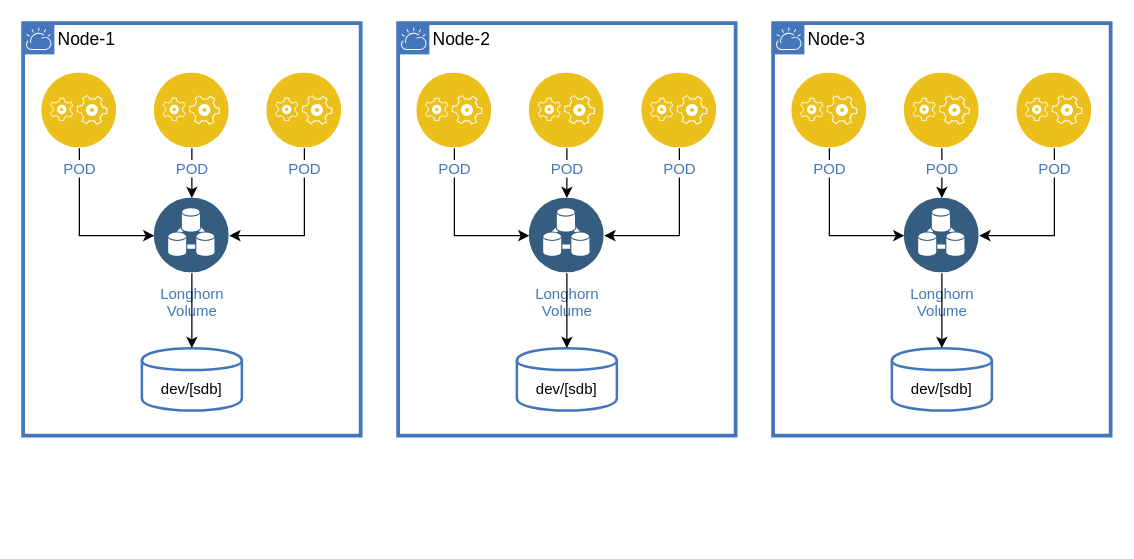
This is doc/images/longhorn-architecture.drawio from imixs/imixs-cloud, a draw.io file, before an edit. Source tidied: cells renumbered, new cells numbered last; positions are measured from the earlier drawing's top-left corner, leaving out a move shared by most shapes. Both pictures are drawn from the tidied source at 125%, with x=0, y=0 at pixel (22, 22).
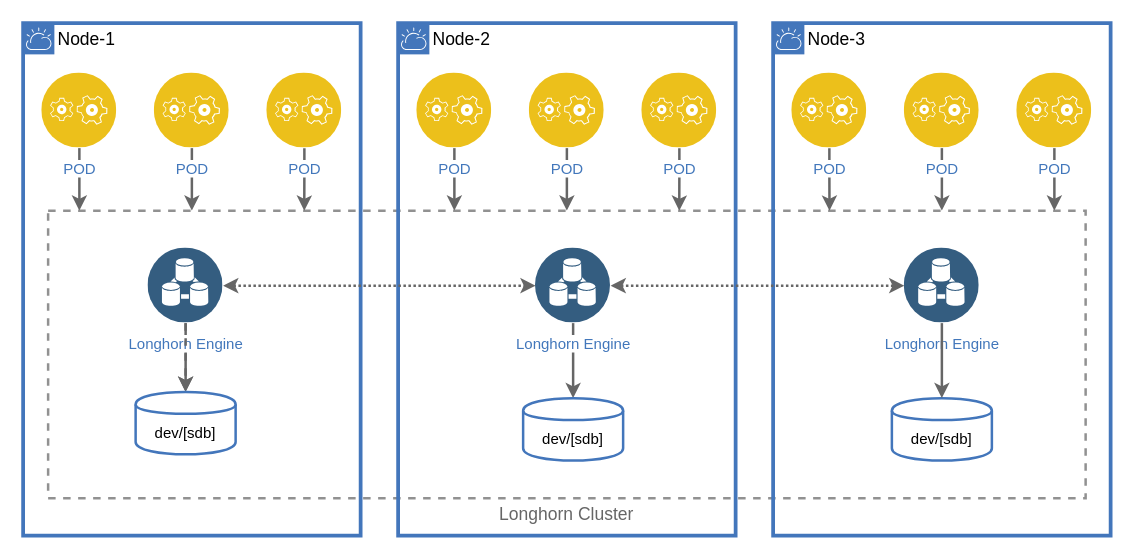
Above is the later version.

Unchanged cells that the change refers to:
```xml
<mxCell id="4" value="POD" style="perimeter=ellipsePerimeter;html=1;align=center;shadow=0;dashed=0;fontColor=#4277BB;labelBackgroundColor=#ffffff;fontSize=12;spacingTop=3;image;image=img/lib/ibm/applications/application_logic.svg;strokeColor=#67AB9F;" parent="2" vertex="1">
  <mxGeometry x="15" y="40" width="60" height="60" as="geometry" />
</mxCell>
<mxCell id="6" value="POD" style="perimeter=ellipsePerimeter;html=1;align=center;shadow=0;dashed=0;fontColor=#4277BB;labelBackgroundColor=#ffffff;fontSize=12;spacingTop=3;image;image=img/lib/ibm/applications/application_logic.svg;strokeColor=#67AB9F;" parent="2" vertex="1">
  <mxGeometry x="105" y="40" width="60" height="60" as="geometry" />
</mxCell>
<mxCell id="8" value="POD" style="perimeter=ellipsePerimeter;html=1;align=center;shadow=0;dashed=0;fontColor=#4277BB;labelBackgroundColor=#ffffff;fontSize=12;spacingTop=3;image;image=img/lib/ibm/applications/application_logic.svg;strokeColor=#67AB9F;" parent="2" vertex="1">
  <mxGeometry x="195" y="40" width="60" height="60" as="geometry" />
</mxCell>
<mxCell id="14" value="POD" style="perimeter=ellipsePerimeter;html=1;align=center;shadow=0;dashed=0;fontColor=#4277BB;labelBackgroundColor=#ffffff;fontSize=12;spacingTop=3;image;image=img/lib/ibm/applications/application_logic.svg;strokeColor=#67AB9F;" parent="12" vertex="1">
  <mxGeometry x="15" y="40" width="60" height="60" as="geometry" />
</mxCell>
<mxCell id="16" value="POD" style="perimeter=ellipsePerimeter;html=1;align=center;shadow=0;dashed=0;fontColor=#4277BB;labelBackgroundColor=#ffffff;fontSize=12;spacingTop=3;image;image=img/lib/ibm/applications/application_logic.svg;strokeColor=#67AB9F;" parent="12" vertex="1">
  <mxGeometry x="105" y="40" width="60" height="60" as="geometry" />
</mxCell>
<mxCell id="18" value="POD" style="perimeter=ellipsePerimeter;html=1;align=center;shadow=0;dashed=0;fontColor=#4277BB;labelBackgroundColor=#ffffff;fontSize=12;spacingTop=3;image;image=img/lib/ibm/applications/application_logic.svg;strokeColor=#67AB9F;" parent="12" vertex="1">
  <mxGeometry x="195" y="40" width="60" height="60" as="geometry" />
</mxCell>
<mxCell id="24" value="POD" style="perimeter=ellipsePerimeter;html=1;align=center;shadow=0;dashed=0;fontColor=#4277BB;labelBackgroundColor=#ffffff;fontSize=12;spacingTop=3;image;image=img/lib/ibm/applications/application_logic.svg;strokeColor=#67AB9F;" parent="22" vertex="1">
  <mxGeometry x="15" y="40" width="60" height="60" as="geometry" />
</mxCell>
<mxCell id="26" value="POD" style="perimeter=ellipsePerimeter;html=1;align=center;shadow=0;dashed=0;fontColor=#4277BB;labelBackgroundColor=#ffffff;fontSize=12;spacingTop=3;image;image=img/lib/ibm/applications/application_logic.svg;strokeColor=#67AB9F;" parent="22" vertex="1">
  <mxGeometry x="105" y="40" width="60" height="60" as="geometry" />
</mxCell>
<mxCell id="28" value="POD" style="perimeter=ellipsePerimeter;html=1;align=center;shadow=0;dashed=0;fontColor=#4277BB;labelBackgroundColor=#ffffff;fontSize=12;spacingTop=3;image;image=img/lib/ibm/applications/application_logic.svg;strokeColor=#67AB9F;" parent="22" vertex="1">
  <mxGeometry x="195" y="40" width="60" height="60" as="geometry" />
</mxCell>
```

What changed in the source:
```diff
@@
+    <mxCell id="32" value="Longhorn Cluster" style="fontStyle=0;verticalAlign=top;align=center;spacingTop=-2;fillColor=none;rounded=0;whiteSpace=wrap;html=1;strokeColor=#919191;strokeWidth=2;dashed=1;fontSize=14;labelPosition=center;verticalLabelPosition=bottom;fontColor=#666666;" parent="1" vertex="1">
+      <mxGeometry x="20" y="150" width="830" height="230" as="geometry" />
+    </mxCell>
+    <mxCell id="33" style="edgeStyle=orthogonalEdgeStyle;rounded=0;jettySize=auto;html=1;strokeColor=#666666;strokeWidth=2;fontSize=14;" parent="1" edge="1" source="9" target="10">
+      <mxGeometry relative="1" as="geometry" />
+    </mxCell>
     <mxCell id="2" value="Node-1" style="shape=mxgraph.ibm.box;prType=cloud;fontStyle=0;verticalAlign=top;align=left;spacingLeft=32;spacingTop=4;fillColor=none;rounded=0;whiteSpace=wrap;html=1;strokeColor=#4376BB;strokeWidth=3;dashed=0;spacing=-4;fontSize=14;" parent="1" vertex="1">
-      <mxGeometry width="270" height="330" as="geometry" />
+      <mxGeometry width="270" height="410" as="geometry" />
     </mxCell>
-    <mxCell id="3" style="edgeStyle=orthogonalEdgeStyle;rounded=0;jettySize=auto;html=1;" parent="2" edge="1" source="4" target="9">
-      <mxGeometry relative="1" as="geometry">
-        <Array as="points">
-          <mxPoint x="45" y="170" />
-        </Array>
-      </mxGeometry>
-    </mxCell>
+    <mxCell id="34" style="edgeStyle=orthogonalEdgeStyle;rounded=0;jettySize=auto;html=1;strokeColor=#666666;strokeWidth=2;fontSize=14;" parent="2" edge="1" source="4">
+      <mxGeometry relative="1" as="geometry">
+        <mxPoint x="45" y="150" as="targetPoint" />
+        <Array as="points">
+          <mxPoint x="45" y="150" />
+        </Array>
+      </mxGeometry>
+    </mxCell>
@@
-    <mxCell id="5" style="edgeStyle=orthogonalEdgeStyle;rounded=0;jettySize=auto;html=1;" parent="2" edge="1" source="6" target="9">
-      <mxGeometry relative="1" as="geometry" />
-    </mxCell>
+    <mxCell id="35" style="edgeStyle=orthogonalEdgeStyle;rounded=0;jettySize=auto;html=1;strokeColor=#666666;strokeWidth=2;fontSize=14;" parent="2" edge="1" source="6">
+      <mxGeometry relative="1" as="geometry">
+        <mxPoint x="135" y="150" as="targetPoint" />
+        <Array as="points">
+          <mxPoint x="135" y="150" />
+        </Array>
+      </mxGeometry>
+    </mxCell>
@@
-    <mxCell id="7" style="edgeStyle=orthogonalEdgeStyle;rounded=0;jettySize=auto;html=1;" parent="2" edge="1" source="8" target="9">
-      <mxGeometry relative="1" as="geometry">
-        <Array as="points">
-          <mxPoint x="225" y="170" />
-        </Array>
-      </mxGeometry>
-    </mxCell>
+    <mxCell id="36" style="edgeStyle=orthogonalEdgeStyle;rounded=0;jettySize=auto;html=1;entryX=0.833;entryY=0.366;entryDx=0;entryDy=0;entryPerimeter=0;strokeColor=#666666;strokeWidth=2;fontSize=14;" parent="2" edge="1" source="8" target="2">
+      <mxGeometry relative="1" as="geometry" />
+    </mxCell>
@@
-    <mxCell id="9" value="Longhorn&lt;br&gt;Volume" style="perimeter=ellipsePerimeter;html=1;align=center;shadow=0;dashed=0;fontColor=#4277BB;labelBackgroundColor=#ffffff;fontSize=12;spacingTop=3;image;image=img/lib/ibm/data/device_registry.svg;strokeColor=#67AB9F;" parent="2" vertex="1">
-      <mxGeometry x="105" y="140" width="60" height="60" as="geometry" />
+    <mxCell id="9" value="Longhorn Engine" style="perimeter=ellipsePerimeter;html=1;align=center;shadow=0;dashed=0;fontColor=#4277BB;labelBackgroundColor=#ffffff;fontSize=12;spacingTop=3;image;image=img/lib/ibm/data/device_registry.svg;strokeColor=#67AB9F;" parent="2" vertex="1">
+      <mxGeometry x="100" y="180" width="60" height="60" as="geometry" />
     </mxCell>
-    <mxCell id="10" value="dev/[sdb]" style="shape=cylinder;whiteSpace=wrap;html=1;boundedLbl=1;backgroundOutline=1;strokeColor=#4376BB;strokeWidth=2;" parent="2" vertex="1">
-      <mxGeometry x="95" y="260" width="80" height="50" as="geometry" />
-    </mxCell>
-    <mxCell id="11" style="edgeStyle=orthogonalEdgeStyle;rounded=0;jettySize=auto;html=1;" parent="2" edge="1" source="9" target="10">
-      <mxGeometry relative="1" as="geometry" />
-    </mxCell>
     <mxCell id="12" value="Node-2" style="shape=mxgraph.ibm.box;prType=cloud;fontStyle=0;verticalAlign=top;align=left;spacingLeft=32;spacingTop=4;fillColor=none;rounded=0;whiteSpace=wrap;html=1;strokeColor=#4376BB;strokeWidth=3;dashed=0;spacing=-4;fontSize=14;" parent="1" vertex="1">
-      <mxGeometry x="300" width="270" height="330" as="geometry" />
+      <mxGeometry x="300" width="270" height="410" as="geometry" />
     </mxCell>
-    <mxCell id="13" style="edgeStyle=orthogonalEdgeStyle;rounded=0;jettySize=auto;html=1;" parent="12" edge="1" source="14" target="19">
-      <mxGeometry relative="1" as="geometry">
-        <Array as="points">
-          <mxPoint x="45" y="170" />
-        </Array>
-      </mxGeometry>
-    </mxCell>
+    <mxCell id="37" style="edgeStyle=orthogonalEdgeStyle;rounded=0;jettySize=auto;html=1;strokeColor=#666666;strokeWidth=2;fontSize=14;" parent="12" edge="1" source="19" target="41">
+      <mxGeometry relative="1" as="geometry" />
+    </mxCell>
+    <mxCell id="38" style="edgeStyle=orthogonalEdgeStyle;rounded=0;jettySize=auto;html=1;strokeColor=#666666;strokeWidth=2;fontSize=14;" parent="12" edge="1" source="14">
+      <mxGeometry relative="1" as="geometry">
+        <mxPoint x="45" y="150" as="targetPoint" />
+        <Array as="points">
+          <mxPoint x="45" y="150" />
+        </Array>
+      </mxGeometry>
+    </mxCell>
@@
-    <mxCell id="15" style="edgeStyle=orthogonalEdgeStyle;rounded=0;jettySize=auto;html=1;" parent="12" edge="1" source="16" target="19">
-      <mxGeometry relative="1" as="geometry" />
-    </mxCell>
+    <mxCell id="39" style="edgeStyle=orthogonalEdgeStyle;rounded=0;jettySize=auto;html=1;strokeColor=#666666;strokeWidth=2;fontSize=14;" parent="12" edge="1" source="16">
+      <mxGeometry relative="1" as="geometry">
+        <mxPoint x="135" y="150" as="targetPoint" />
+        <Array as="points">
+          <mxPoint x="135" y="150" />
+        </Array>
+      </mxGeometry>
+    </mxCell>
@@
-    <mxCell id="17" style="edgeStyle=orthogonalEdgeStyle;rounded=0;jettySize=auto;html=1;" parent="12" edge="1" source="18" target="19">
-      <mxGeometry relative="1" as="geometry">
-        <Array as="points">
-          <mxPoint x="225" y="170" />
-        </Array>
-      </mxGeometry>
-    </mxCell>
+    <mxCell id="40" style="edgeStyle=orthogonalEdgeStyle;rounded=0;jettySize=auto;html=1;entryX=0.833;entryY=0.366;entryDx=0;entryDy=0;entryPerimeter=0;strokeColor=#666666;strokeWidth=2;fontSize=14;" parent="12" edge="1" source="18" target="12">
+      <mxGeometry relative="1" as="geometry" />
+    </mxCell>
@@
-    <mxCell id="19" value="Longhorn&lt;br&gt;Volume" style="perimeter=ellipsePerimeter;html=1;align=center;shadow=0;dashed=0;fontColor=#4277BB;labelBackgroundColor=#ffffff;fontSize=12;spacingTop=3;image;image=img/lib/ibm/data/device_registry.svg;strokeColor=#67AB9F;" parent="12" vertex="1">
-      <mxGeometry x="105" y="140" width="60" height="60" as="geometry" />
+    <mxCell id="19" value="Longhorn Engine" style="perimeter=ellipsePerimeter;html=1;align=center;shadow=0;dashed=0;fontColor=#4277BB;labelBackgroundColor=#ffffff;fontSize=12;spacingTop=3;image;image=img/lib/ibm/data/device_registry.svg;strokeColor=#734198;" parent="12" vertex="1">
+      <mxGeometry x="110" y="180" width="60" height="60" as="geometry" />
     </mxCell>
-    <mxCell id="20" value="dev/[sdb]" style="shape=cylinder;whiteSpace=wrap;html=1;boundedLbl=1;backgroundOutline=1;strokeColor=#4376BB;strokeWidth=2;" parent="12" vertex="1">
-      <mxGeometry x="95" y="260" width="80" height="50" as="geometry" />
-    </mxCell>
-    <mxCell id="21" style="edgeStyle=orthogonalEdgeStyle;rounded=0;jettySize=auto;html=1;" parent="12" edge="1" source="19" target="20">
-      <mxGeometry relative="1" as="geometry" />
-    </mxCell>
+    <mxCell id="41" value="dev/[sdb]" style="shape=cylinder;whiteSpace=wrap;html=1;boundedLbl=1;backgroundOutline=1;strokeColor=#4376BB;strokeWidth=2;" parent="12" vertex="1">
+      <mxGeometry x="100" y="300" width="80" height="50" as="geometry" />
+    </mxCell>
     <mxCell id="22" value="Node-3" style="shape=mxgraph.ibm.box;prType=cloud;fontStyle=0;verticalAlign=top;align=left;spacingLeft=32;spacingTop=4;fillColor=none;rounded=0;whiteSpace=wrap;html=1;strokeColor=#4376BB;strokeWidth=3;dashed=0;spacing=-4;fontSize=14;" parent="1" vertex="1">
-      <mxGeometry x="600" width="270" height="330" as="geometry" />
+      <mxGeometry x="600" width="270" height="410" as="geometry" />
     </mxCell>
-    <mxCell id="23" style="edgeStyle=orthogonalEdgeStyle;rounded=0;jettySize=auto;html=1;" parent="22" edge="1" source="24" target="29">
-      <mxGeometry relative="1" as="geometry">
-        <Array as="points">
-          <mxPoint x="45" y="170" />
-        </Array>
-      </mxGeometry>
-    </mxCell>
+    <mxCell id="42" style="edgeStyle=orthogonalEdgeStyle;rounded=0;jettySize=auto;html=1;entryX=0.167;entryY=0.366;entryDx=0;entryDy=0;entryPerimeter=0;strokeColor=#666666;strokeWidth=2;fontSize=14;" parent="22" edge="1" source="24" target="22">
+      <mxGeometry relative="1" as="geometry" />
+    </mxCell>
@@
-    <mxCell id="25" style="edgeStyle=orthogonalEdgeStyle;rounded=0;jettySize=auto;html=1;" parent="22" edge="1" source="26" target="29">
-      <mxGeometry relative="1" as="geometry" />
-    </mxCell>
+    <mxCell id="43" style="edgeStyle=orthogonalEdgeStyle;rounded=0;jettySize=auto;html=1;strokeColor=#666666;strokeWidth=2;fontSize=14;" parent="22" edge="1" source="26">
+      <mxGeometry relative="1" as="geometry">
+        <mxPoint x="135" y="150" as="targetPoint" />
+        <Array as="points">
+          <mxPoint x="135" y="150" />
+        </Array>
+      </mxGeometry>
+    </mxCell>
@@
-    <mxCell id="27" style="edgeStyle=orthogonalEdgeStyle;rounded=0;jettySize=auto;html=1;" parent="22" edge="1" source="28" target="29">
-      <mxGeometry relative="1" as="geometry">
-        <Array as="points">
-          <mxPoint x="225" y="170" />
-        </Array>
-      </mxGeometry>
-    </mxCell>
+    <mxCell id="44" style="edgeStyle=orthogonalEdgeStyle;rounded=0;jettySize=auto;html=1;strokeColor=#666666;strokeWidth=2;fontSize=14;" parent="22" edge="1" source="28">
+      <mxGeometry relative="1" as="geometry">
+        <mxPoint x="225" y="150" as="targetPoint" />
+        <Array as="points">
+          <mxPoint x="225" y="150" />
+        </Array>
+      </mxGeometry>
+    </mxCell>
@@
-    <mxCell id="29" value="Longhorn&lt;br&gt;Volume" style="perimeter=ellipsePerimeter;html=1;align=center;shadow=0;dashed=0;fontColor=#4277BB;labelBackgroundColor=#ffffff;fontSize=12;spacingTop=3;image;image=img/lib/ibm/data/device_registry.svg;strokeColor=#67AB9F;" parent="22" vertex="1">
-      <mxGeometry x="105" y="140" width="60" height="60" as="geometry" />
+    <mxCell id="29" value="Longhorn Engine" style="perimeter=ellipsePerimeter;html=1;align=center;shadow=0;dashed=0;fontColor=#4277BB;labelBackgroundColor=#ffffff;fontSize=12;spacingTop=3;image;image=img/lib/ibm/data/device_registry.svg;strokeColor=#67AB9F;" parent="22" vertex="1">
+      <mxGeometry x="105" y="180" width="60" height="60" as="geometry" />
     </mxCell>
-    <mxCell id="30" value="dev/[sdb]" style="shape=cylinder;whiteSpace=wrap;html=1;boundedLbl=1;backgroundOutline=1;strokeColor=#4376BB;strokeWidth=2;" parent="22" vertex="1">
-      <mxGeometry x="95" y="260" width="80" height="50" as="geometry" />
-    </mxCell>
-    <mxCell id="31" style="edgeStyle=orthogonalEdgeStyle;rounded=0;jettySize=auto;html=1;" parent="22" edge="1" source="29" target="30">
-      <mxGeometry relative="1" as="geometry" />
-    </mxCell>
+    <mxCell id="45" value="dev/[sdb]" style="shape=cylinder;whiteSpace=wrap;html=1;boundedLbl=1;backgroundOutline=1;strokeColor=#4376BB;strokeWidth=2;" parent="22" vertex="1">
+      <mxGeometry x="95" y="300" width="80" height="50" as="geometry" />
+    </mxCell>
+    <mxCell id="46" style="edgeStyle=orthogonalEdgeStyle;rounded=0;jettySize=auto;html=1;strokeColor=#666666;strokeWidth=2;fontSize=14;" parent="22" edge="1" source="29" target="45">
+      <mxGeometry relative="1" as="geometry" />
+    </mxCell>
+    <mxCell id="47" style="edgeStyle=orthogonalEdgeStyle;rounded=0;jettySize=auto;html=1;fontSize=14;strokeColor=#666666;dashed=1;strokeWidth=2;" parent="1" edge="1" source="9" target="10">
+      <mxGeometry relative="1" as="geometry" />
+    </mxCell>
+    <mxCell id="10" value="dev/[sdb]" style="shape=cylinder;whiteSpace=wrap;html=1;boundedLbl=1;backgroundOutline=1;strokeColor=#4376BB;strokeWidth=2;" parent="1" vertex="1">
+      <mxGeometry x="90" y="295" width="80" height="50" as="geometry" />
+    </mxCell>
+    <mxCell id="48" style="edgeStyle=orthogonalEdgeStyle;rounded=0;jettySize=auto;html=1;strokeColor=#666666;strokeWidth=2;fontSize=14;fontColor=#666666;startArrow=classic;startFill=1;dashed=1;dashPattern=1 1;" parent="1" edge="1" source="9" target="19">
+      <mxGeometry relative="1" as="geometry" />
+    </mxCell>
+    <mxCell id="49" style="edgeStyle=orthogonalEdgeStyle;rounded=0;jettySize=auto;html=1;startArrow=classic;startFill=1;strokeColor=#666666;strokeWidth=2;fontSize=14;fontColor=#666666;dashed=1;dashPattern=1 1;" parent="1" edge="1" source="19" target="29">
+      <mxGeometry relative="1" as="geometry" />
+    </mxCell>
```
